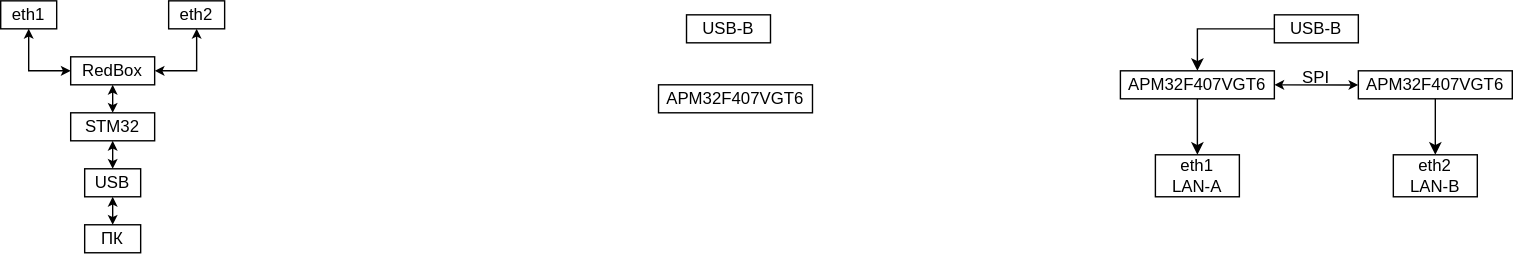
Andrianov-Daniil/Block_Diagram keeps this draw.io diagram as PRP.drawio.svg. Above is the earlier version. Source tidied: cells renumbered, new cells last; positions are measured from the earlier drawing's top-left corner, leaving out a move shared by most shapes. Its diagram source:
```xml
<mxGraphModel>
  <root>
    <mxCell id="0" />
    <mxCell id="1" parent="0" />
    <mxCell id="2" style="edgeStyle=none;rounded=0;jettySize=auto;html=1;entryX=0;entryY=0.5;entryDx=0;entryDy=0;startSize=4;endSize=4;strokeWidth=1;startArrow=classic;startFill=1;" parent="1" edge="1" source="3" target="9">
      <mxGeometry relative="1" as="geometry">
        <Array as="points">
          <mxPoint x="20" y="50" />
        </Array>
      </mxGeometry>
    </mxCell>
    <mxCell id="3" value="eth1" style="rounded=0;whiteSpace=wrap;html=1;" parent="1" vertex="1">
      <mxGeometry width="40" height="20" as="geometry" />
    </mxCell>
    <mxCell id="4" style="edgeStyle=none;rounded=0;jettySize=auto;html=1;entryX=0.5;entryY=0;entryDx=0;entryDy=0;startArrow=classic;startFill=1;startSize=4;endSize=4;" parent="1" edge="1" source="5" target="10">
      <mxGeometry relative="1" as="geometry" />
    </mxCell>
    <mxCell id="5" value="STM32" style="rounded=0;whiteSpace=wrap;html=1;" parent="1" vertex="1">
      <mxGeometry x="50" y="80" width="60" height="20" as="geometry" />
    </mxCell>
    <mxCell id="6" style="edgeStyle=none;rounded=0;jettySize=auto;html=1;entryX=1;entryY=0.5;entryDx=0;entryDy=0;startSize=4;endSize=4;strokeWidth=1;startArrow=classic;startFill=1;" parent="1" edge="1" source="7" target="9">
      <mxGeometry relative="1" as="geometry">
        <Array as="points">
          <mxPoint x="140" y="50" />
        </Array>
      </mxGeometry>
    </mxCell>
    <mxCell id="7" value="eth2" style="rounded=0;whiteSpace=wrap;html=1;" parent="1" vertex="1">
      <mxGeometry x="120" width="40" height="20" as="geometry" />
    </mxCell>
    <mxCell id="8" style="edgeStyle=none;rounded=0;jettySize=auto;html=1;startSize=4;endSize=4;strokeWidth=1;startArrow=classic;startFill=1;" parent="1" edge="1" source="9" target="5">
      <mxGeometry relative="1" as="geometry" />
    </mxCell>
    <mxCell id="9" value="RedBox" style="rounded=0;whiteSpace=wrap;html=1;" parent="1" vertex="1">
      <mxGeometry x="50" y="40" width="60" height="20" as="geometry" />
    </mxCell>
    <mxCell id="10" value="USB" style="rounded=0;whiteSpace=wrap;html=1;" parent="1" vertex="1">
      <mxGeometry x="60" y="120" width="40" height="20" as="geometry" />
    </mxCell>
    <mxCell id="11" style="edgeStyle=none;rounded=0;jettySize=auto;html=1;entryX=0.5;entryY=0;entryDx=0;entryDy=0;" parent="1" edge="1" source="12" target="19">
      <mxGeometry relative="1" as="geometry" />
    </mxCell>
    <mxCell id="12" value="APM32F407VGT6" style="rounded=0;whiteSpace=wrap;html=1;" parent="1" vertex="1">
      <mxGeometry x="800" y="50" width="110" height="20" as="geometry" />
    </mxCell>
    <mxCell id="13" style="edgeStyle=none;rounded=0;jettySize=auto;html=1;entryX=-0.044;entryY=0.51;entryDx=0;entryDy=0;entryPerimeter=0;exitX=1;exitY=0.5;exitDx=0;exitDy=0;startArrow=classic;startFill=1;startSize=4;endSize=4;" parent="1" edge="1" source="12">
      <mxGeometry relative="1" as="geometry">
        <mxPoint x="970" y="60.1" as="targetPoint" />
      </mxGeometry>
    </mxCell>
    <mxCell id="14" value="SPI" style="text;html=1;whiteSpace=wrap;strokeColor=none;fillColor=none;align=center;verticalAlign=middle;rounded=0;" parent="1" vertex="1">
      <mxGeometry x="910" y="40" width="60" height="30" as="geometry" />
    </mxCell>
    <mxCell id="15" style="edgeStyle=none;rounded=0;jettySize=auto;html=1;entryX=0.5;entryY=0;entryDx=0;entryDy=0;" parent="1" edge="1" source="16" target="12">
      <mxGeometry relative="1" as="geometry">
        <Array as="points">
          <mxPoint x="855" y="20" />
        </Array>
      </mxGeometry>
    </mxCell>
    <mxCell id="16" value="USB-B" style="rounded=0;whiteSpace=wrap;html=1;" parent="1" vertex="1">
      <mxGeometry x="910" y="10" width="60" height="20" as="geometry" />
    </mxCell>
    <mxCell id="17" value="ПК" style="rounded=0;whiteSpace=wrap;html=1;" parent="1" vertex="1">
      <mxGeometry x="60" y="160" width="40" height="20" as="geometry" />
    </mxCell>
    <mxCell id="18" style="edgeStyle=none;rounded=0;jettySize=auto;html=1;entryX=0.5;entryY=0;entryDx=0;entryDy=0;startArrow=classic;startFill=1;startSize=4;endSize=4;exitX=0.5;exitY=1;exitDx=0;exitDy=0;" parent="1" edge="1" source="10" target="17">
      <mxGeometry relative="1" as="geometry" />
    </mxCell>
    <mxCell id="19" value="eth1&lt;br&gt;LAN-A" style="rounded=0;whiteSpace=wrap;html=1;" parent="1" vertex="1">
      <mxGeometry x="825" y="110" width="60" height="30" as="geometry" />
    </mxCell>
    <mxCell id="20" value="eth2&lt;br&gt;LAN-B" style="rounded=0;whiteSpace=wrap;html=1;" parent="1" vertex="1">
      <mxGeometry x="995" y="110" width="60" height="30" as="geometry" />
    </mxCell>
    <mxCell id="21" value="APM32F407VGT6" style="rounded=0;whiteSpace=wrap;html=1;" parent="1" vertex="1">
      <mxGeometry x="970" y="50" width="110" height="20" as="geometry" />
    </mxCell>
    <mxCell id="22" style="edgeStyle=none;rounded=0;jettySize=auto;html=1;entryX=0.5;entryY=0;entryDx=0;entryDy=0;" parent="1" edge="1" source="21" target="20">
      <mxGeometry relative="1" as="geometry" />
    </mxCell>
    <mxCell id="23" value="APM32F407VGT6" style="rounded=0;whiteSpace=wrap;html=1;" parent="1" vertex="1">
      <mxGeometry x="470" y="60" width="110" height="20" as="geometry" />
    </mxCell>
    <mxCell id="24" value="USB-B" style="rounded=0;whiteSpace=wrap;html=1;" parent="1" vertex="1">
      <mxGeometry x="490" y="10" width="60" height="20" as="geometry" />
    </mxCell>
  </root>
</mxGraphModel>
```
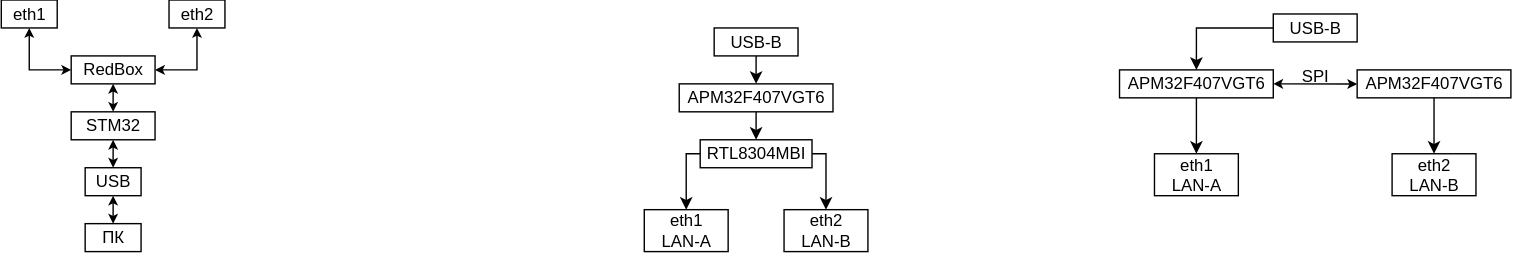
After the commit.

Change to the diagram source:
```diff
@@ -79,11 +79,40 @@
     <mxCell id="22" style="edgeStyle=none;rounded=0;jettySize=auto;html=1;entryX=0.5;entryY=0;entryDx=0;entryDy=0;" parent="1" edge="1" source="21" target="20">
       <mxGeometry relative="1" as="geometry" />
     </mxCell>
+    <mxCell id="25" style="edgeStyle=none;rounded=0;jettySize=auto;html=1;entryX=0.5;entryY=0;entryDx=0;entryDy=0;" parent="1" edge="1" source="23" target="29">
+      <mxGeometry relative="1" as="geometry" />
+    </mxCell>
     <mxCell id="23" value="APM32F407VGT6" style="rounded=0;whiteSpace=wrap;html=1;" parent="1" vertex="1">
-      <mxGeometry x="470" y="60" width="110" height="20" as="geometry" />
+      <mxGeometry x="485" y="60" width="110" height="20" as="geometry" />
     </mxCell>
+    <mxCell id="26" style="edgeStyle=none;rounded=0;jettySize=auto;html=1;entryX=0.5;entryY=0;entryDx=0;entryDy=0;" parent="1" edge="1" source="24" target="23">
+      <mxGeometry relative="1" as="geometry" />
+    </mxCell>
     <mxCell id="24" value="USB-B" style="rounded=0;whiteSpace=wrap;html=1;" parent="1" vertex="1">
-      <mxGeometry x="490" y="10" width="60" height="20" as="geometry" />
+      <mxGeometry x="510" y="20" width="60" height="20" as="geometry" />
     </mxCell>
+    <mxCell id="27" style="edgeStyle=none;rounded=0;jettySize=auto;html=1;entryX=0.5;entryY=0;entryDx=0;entryDy=0;" parent="1" edge="1" source="29" target="30">
+      <mxGeometry relative="1" as="geometry">
+        <Array as="points">
+          <mxPoint x="490" y="110" />
+        </Array>
+      </mxGeometry>
+    </mxCell>
+    <mxCell id="28" style="edgeStyle=none;rounded=0;jettySize=auto;html=1;entryX=0.5;entryY=0;entryDx=0;entryDy=0;" parent="1" edge="1" source="29" target="31">
+      <mxGeometry relative="1" as="geometry">
+        <Array as="points">
+          <mxPoint x="590" y="110" />
+        </Array>
+      </mxGeometry>
+    </mxCell>
+    <mxCell id="29" value="RTL8304MBI" style="rounded=0;whiteSpace=wrap;html=1;" parent="1" vertex="1">
+      <mxGeometry x="500" y="100" width="80" height="20" as="geometry" />
+    </mxCell>
+    <mxCell id="30" value="eth1&lt;br&gt;LAN-A" style="rounded=0;whiteSpace=wrap;html=1;" parent="1" vertex="1">
+      <mxGeometry x="460" y="150" width="60" height="30" as="geometry" />
+    </mxCell>
+    <mxCell id="31" value="eth2&lt;br&gt;LAN-B" style="rounded=0;whiteSpace=wrap;html=1;" parent="1" vertex="1">
+      <mxGeometry x="560" y="150" width="60" height="30" as="geometry" />
+    </mxCell>
   </root>
 </mxGraphModel>
```
